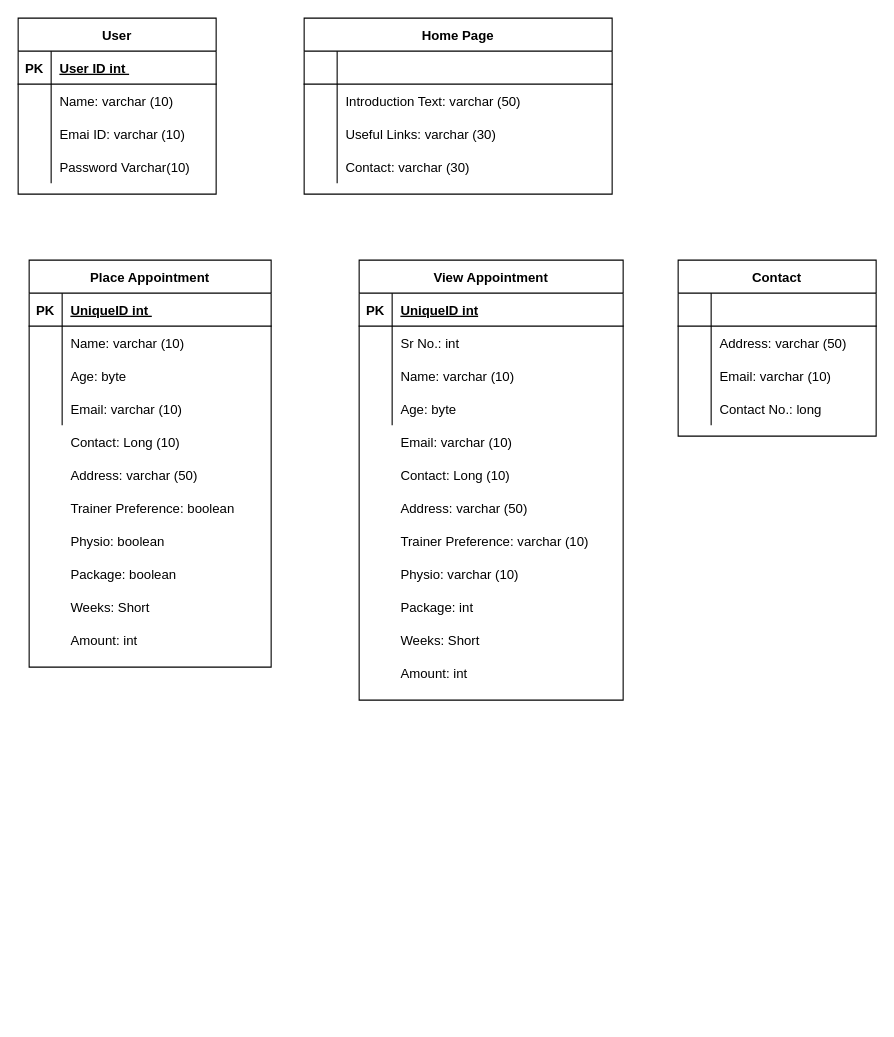
Above: Fitness DB Schema.drawio in tcsadityasalvi/Test (draw.io), before the change. Source tidied: cells renumbered, new cells numbered last; positions are measured from the earlier drawing's top-left corner, leaving out a move shared by most shapes. Both pictures are drawn from the tidied source at 110%, with x=0, y=0 at pixel (18, 18).
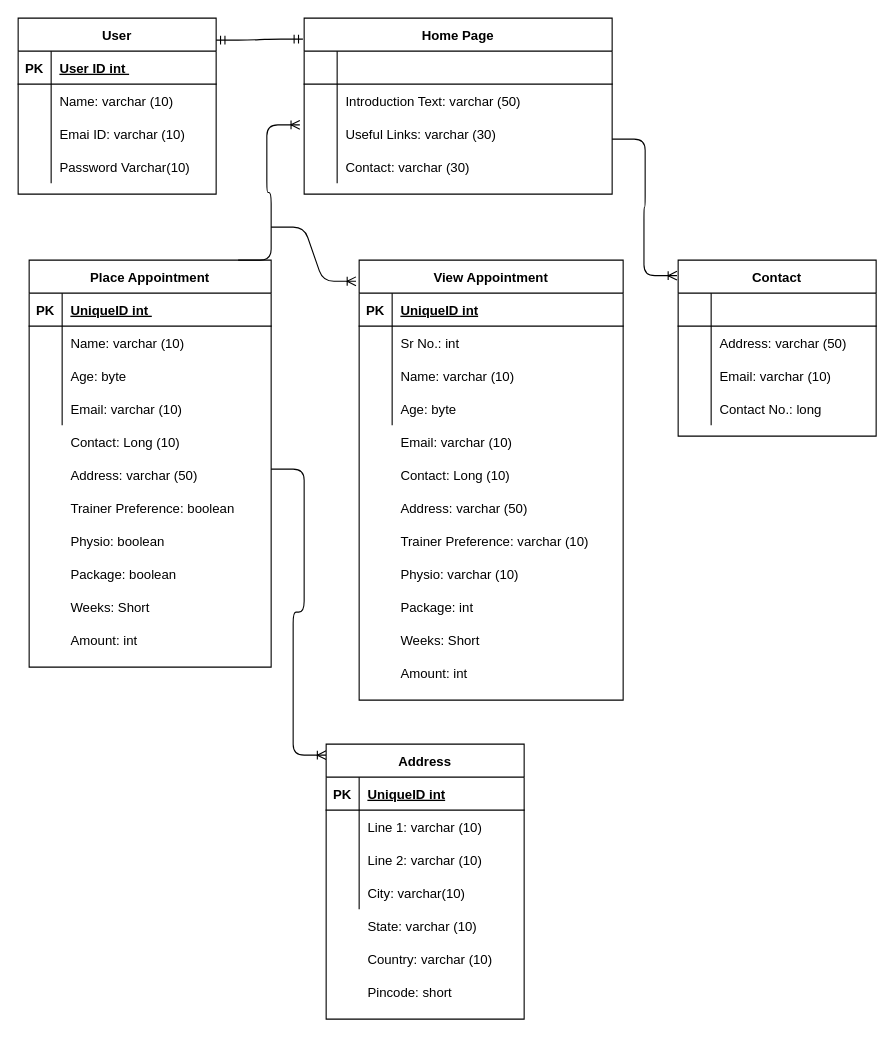
The same page after the edit.

Unchanged cells that the change refers to:
```xml
<mxCell id="15" value="Home Page" style="shape=table;startSize=30;childLayout=tableLayout;rowLines=0;fontStyle=1;align=center;" parent="1" vertex="1">
  <mxGeometry x="260" width="280" height="160" as="geometry" />
</mxCell>
<mxCell id="22" style="shape=partialRectangle;fillColor=none;top=0;left=0;bottom=0;right=0;points=[[0,0.5],[1,0.5]];portConstraint=eastwest;" parent="15" vertex="1">
  <mxGeometry y="90" width="280" height="30" as="geometry" />
</mxCell>
<mxCell id="48" value="View Appointment" style="shape=table;startSize=30;childLayout=tableLayout;rowLines=0;fontStyle=1;align=center;" parent="1" vertex="1">
  <mxGeometry x="310" y="220" width="240" height="400" as="geometry" />
</mxCell>
<mxCell id="69" value="Contact" style="shape=table;startSize=30;childLayout=tableLayout;rowLines=0;fontStyle=1;align=center;" parent="1" vertex="1">
  <mxGeometry x="600" y="220" width="180" height="160" as="geometry" />
</mxCell>
```

Change to the diagram source:
```diff
@@
+    <mxCell id="82" style="edgeStyle=entityRelationEdgeStyle;fontSize=12;html=1;endArrow=ERoneToMany;" parent="1" edge="1">
+      <mxGeometry relative="1" as="geometry">
+        <mxPoint x="230" y="410" as="sourcePoint" />
+        <mxPoint x="280" y="670" as="targetPoint" />
+      </mxGeometry>
+    </mxCell>
@@
+    <mxCell id="83" value="Address" style="shape=table;startSize=30;childLayout=tableLayout;rowLines=0;fontStyle=1;align=center;" parent="1" vertex="1">
+      <mxGeometry x="280" y="660" width="180" height="250" as="geometry" />
+    </mxCell>
+    <mxCell id="84" style="shape=partialRectangle;fillColor=none;top=0;left=0;bottom=1;right=0;" parent="83" vertex="1">
+      <mxGeometry y="30" width="180" height="30" as="geometry" />
+    </mxCell>
+    <mxCell id="85" value="PK" style="shape=partialRectangle;fillColor=none;top=0;left=0;bottom=0;right=0;fontStyle=1;overflow=hidden;" parent="84" vertex="1">
+      <mxGeometry width="30" height="30" as="geometry" />
+    </mxCell>
+    <mxCell id="86" value="UniqueID int" style="shape=partialRectangle;fillColor=none;top=0;left=0;bottom=0;right=0;align=left;spacingLeft=6;fontStyle=5;overflow=hidden;" parent="84" vertex="1">
+      <mxGeometry x="30" width="150" height="30" as="geometry" />
+    </mxCell>
+    <mxCell id="87" style="shape=partialRectangle;fillColor=none;top=0;left=0;bottom=0;right=0;" parent="83" vertex="1">
+      <mxGeometry y="60" width="180" height="30" as="geometry" />
+    </mxCell>
+    <mxCell id="88" style="shape=partialRectangle;fillColor=none;top=0;left=0;bottom=0;right=0;overflow=hidden;" parent="87" vertex="1">
+      <mxGeometry width="30" height="30" as="geometry" />
+    </mxCell>
+    <mxCell id="89" value="Line 1: varchar (10)" style="shape=partialRectangle;fillColor=none;top=0;left=0;bottom=0;right=0;align=left;spacingLeft=6;overflow=hidden;" parent="87" vertex="1">
+      <mxGeometry x="30" width="150" height="30" as="geometry" />
+    </mxCell>
+    <mxCell id="90" style="shape=partialRectangle;fillColor=none;top=0;left=0;bottom=0;right=0;" parent="83" vertex="1">
+      <mxGeometry y="90" width="180" height="30" as="geometry" />
+    </mxCell>
+    <mxCell id="91" style="shape=partialRectangle;fillColor=none;top=0;left=0;bottom=0;right=0;overflow=hidden;" parent="90" vertex="1">
+      <mxGeometry width="30" height="30" as="geometry" />
+    </mxCell>
+    <mxCell id="92" value="Line 2: varchar (10)" style="shape=partialRectangle;fillColor=none;top=0;left=0;bottom=0;right=0;align=left;spacingLeft=6;overflow=hidden;" parent="90" vertex="1">
+      <mxGeometry x="30" width="150" height="30" as="geometry" />
+    </mxCell>
+    <mxCell id="93" style="shape=partialRectangle;fillColor=none;top=0;left=0;bottom=0;right=0;" parent="83" vertex="1">
+      <mxGeometry y="120" width="180" height="30" as="geometry" />
+    </mxCell>
+    <mxCell id="94" style="shape=partialRectangle;fillColor=none;top=0;left=0;bottom=0;right=0;overflow=hidden;" parent="93" vertex="1">
+      <mxGeometry width="30" height="30" as="geometry" />
+    </mxCell>
+    <mxCell id="95" value="City: varchar(10)" style="shape=partialRectangle;fillColor=none;top=0;left=0;bottom=0;right=0;align=left;spacingLeft=6;overflow=hidden;" parent="93" vertex="1">
+      <mxGeometry x="30" width="150" height="30" as="geometry" />
+    </mxCell>
+    <mxCell id="96" value="State: varchar (10)" style="shape=partialRectangle;fillColor=none;top=0;left=0;bottom=0;right=0;align=left;spacingLeft=6;overflow=hidden;" parent="1" vertex="1">
+      <mxGeometry x="310" y="810" width="150" height="30" as="geometry" />
+    </mxCell>
+    <mxCell id="97" value="Country: varchar (10)" style="shape=partialRectangle;fillColor=none;top=0;left=0;bottom=0;right=0;align=left;spacingLeft=6;overflow=hidden;" parent="1" vertex="1">
+      <mxGeometry x="310" y="840" width="150" height="30" as="geometry" />
+    </mxCell>
+    <mxCell id="98" value="Pincode: short" style="shape=partialRectangle;fillColor=none;top=0;left=0;bottom=0;right=0;align=left;spacingLeft=6;overflow=hidden;" parent="1" vertex="1">
+      <mxGeometry x="310" y="870" width="150" height="30" as="geometry" />
+    </mxCell>
+    <mxCell id="99" style="edgeStyle=entityRelationEdgeStyle;fontSize=12;html=1;endArrow=ERmandOne;startArrow=ERmandOne;entryX=-0.004;entryY=0.119;entryDx=0;entryDy=0;entryPerimeter=0;" parent="1" edge="1" target="15">
+      <mxGeometry relative="1" as="geometry">
+        <mxPoint x="180" y="20" as="sourcePoint" />
+      </mxGeometry>
+    </mxCell>
+    <mxCell id="100" style="edgeStyle=entityRelationEdgeStyle;fontSize=12;html=1;endArrow=ERoneToMany;entryX=-0.014;entryY=0.233;entryDx=0;entryDy=0;entryPerimeter=0;" parent="1" edge="1" target="22">
+      <mxGeometry relative="1" as="geometry">
+        <mxPoint x="200" y="220" as="sourcePoint" />
+      </mxGeometry>
+    </mxCell>
+    <mxCell id="101" style="edgeStyle=entityRelationEdgeStyle;fontSize=12;html=1;endArrow=ERoneToMany;entryX=-0.012;entryY=0.048;entryDx=0;entryDy=0;entryPerimeter=0;" parent="1" edge="1" target="48">
+      <mxGeometry relative="1" as="geometry">
+        <mxPoint x="230" y="190" as="sourcePoint" />
+      </mxGeometry>
+    </mxCell>
+    <mxCell id="102" style="edgeStyle=entityRelationEdgeStyle;fontSize=12;html=1;endArrow=ERoneToMany;entryX=-0.006;entryY=0.088;entryDx=0;entryDy=0;entryPerimeter=0;" parent="1" edge="1" target="69">
+      <mxGeometry relative="1" as="geometry">
+        <mxPoint x="540" y="110" as="sourcePoint" />
+      </mxGeometry>
+    </mxCell>
```
